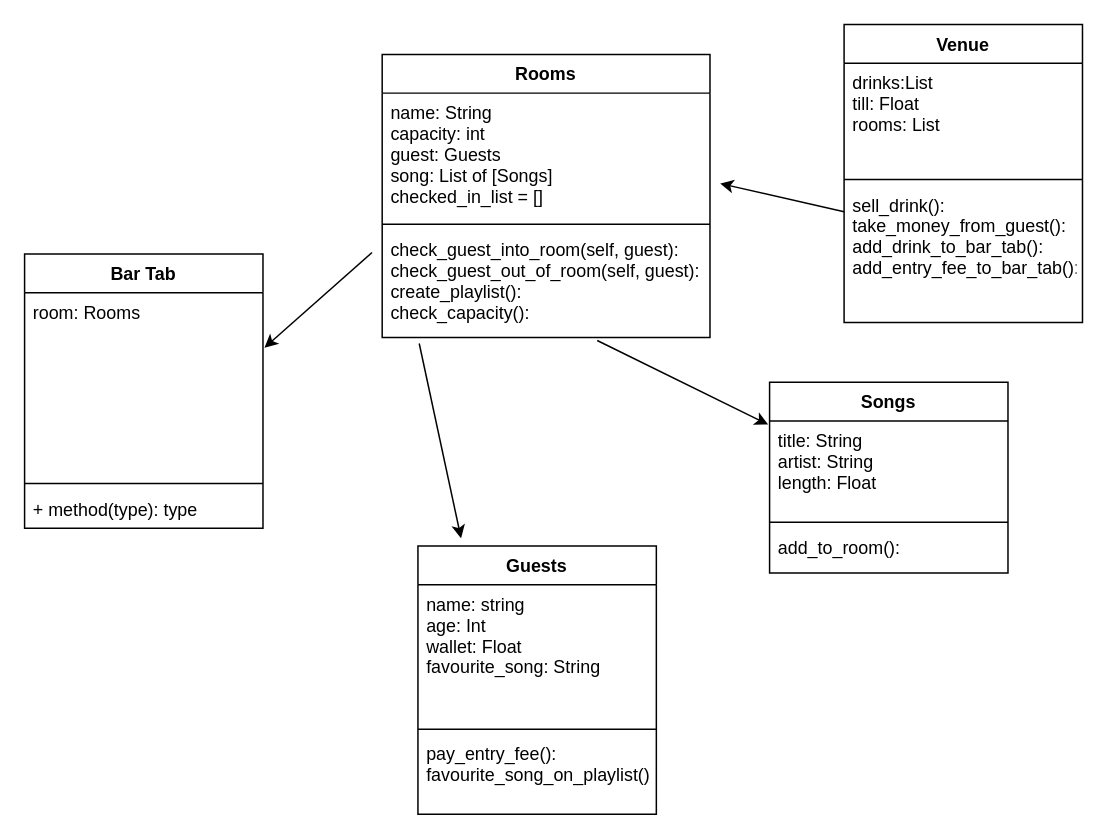
Above: Weekend2_homework.drawio in emmDevs/weekend2_homework (draw.io), before the change. Source tidied: cells renumbered, new cells numbered last; positions are measured from the earlier drawing's top-left corner, leaving out a move shared by most shapes. Both pictures are drawn from the tidied source at 149%, with x=0, y=0 at pixel (24, 24).
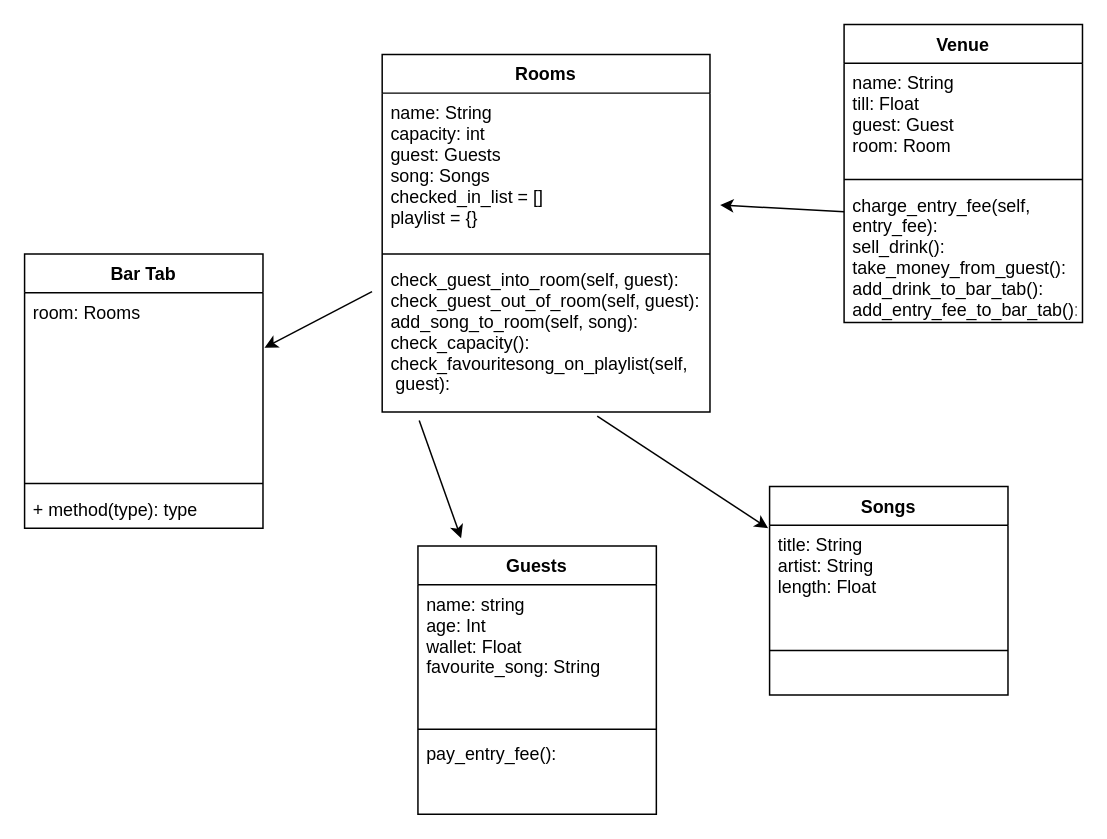
The same page after the edit.

The change refers to these unchanged cells:
```xml
<mxCell id="5" value="Venue" style="swimlane;fontStyle=1;align=center;verticalAlign=top;horizontal=1;startSize=26;" parent="1" vertex="1">
  <mxGeometry x="550" width="160" height="200" as="geometry" />
</mxCell>
<mxCell id="17" value="Guests" style="swimlane;fontStyle=1;align=center;verticalAlign=top;horizontal=1;startSize=26;" parent="1" vertex="1">
  <mxGeometry x="264" y="350" width="160" height="180" as="geometry" />
</mxCell>
```

The edit, as a diff of the source:
```diff
@@
-    <mxCell id="6" value="drinks:List &#10;till: Float&#10;rooms: List" style="text;strokeColor=none;fillColor=none;align=left;verticalAlign=top;spacingLeft=4;spacingRight=4;overflow=hidden;" parent="5" vertex="1">
+    <mxCell id="6" value="name: String&#10;till: Float&#10;guest: Guest&#10;room: Room" style="text;strokeColor=none;fillColor=none;align=left;verticalAlign=top;spacingLeft=4;spacingRight=4;overflow=hidden;" parent="5" vertex="1">
       <mxGeometry y="26" width="160" height="74" as="geometry" />
     </mxCell>
@@
-    <mxCell id="8" value="sell_drink():&#10;take_money_from_guest():&#10;add_drink_to_bar_tab():&#10;add_entry_fee_to_bar_tab():" style="text;strokeColor=none;fillColor=none;align=left;verticalAlign=top;spacingLeft=4;spacingRight=4;overflow=hidden;points=[[0,0.5],[1,0.5]];portConstraint=eastwest;" parent="5" vertex="1">
+    <mxCell id="8" value="charge_entry_fee(self, &#10;entry_fee):&#10;sell_drink():&#10;take_money_from_guest():&#10;add_drink_to_bar_tab():&#10;add_entry_fee_to_bar_tab():" style="text;strokeColor=none;fillColor=none;align=left;verticalAlign=top;spacingLeft=4;spacingRight=4;overflow=hidden;points=[[0,0.5],[1,0.5]];portConstraint=eastwest;" parent="5" vertex="1">
       <mxGeometry y="108" width="160" height="92" as="geometry" />
     </mxCell>
     <mxCell id="9" value="Rooms" style="swimlane;fontStyle=1;align=center;verticalAlign=top;horizontal=1;startSize=26;" parent="1" vertex="1">
-      <mxGeometry x="240" y="20" width="220" height="190" as="geometry" />
+      <mxGeometry x="240" y="20" width="220" height="240" as="geometry" />
     </mxCell>
-    <mxCell id="10" value="name: String&#10;capacity: int&#10;guest: Guests&#10;song: List of [Songs]&#10;checked_in_list = []" style="text;strokeColor=none;fillColor=none;align=left;verticalAlign=top;spacingLeft=4;spacingRight=4;overflow=hidden;points=[[0,0.5],[1,0.5]];portConstraint=eastwest;" parent="9" vertex="1">
-      <mxGeometry y="26" width="220" height="84" as="geometry" />
+    <mxCell id="10" value="name: String&#10;capacity: int&#10;guest: Guests&#10;song: Songs&#10;checked_in_list = []&#10;playlist = {}" style="text;strokeColor=none;fillColor=none;align=left;verticalAlign=top;spacingLeft=4;spacingRight=4;overflow=hidden;points=[[0,0.5],[1,0.5]];portConstraint=eastwest;" parent="9" vertex="1">
+      <mxGeometry y="26" width="220" height="104" as="geometry" />
     </mxCell>
     <mxCell id="11" style="line;strokeWidth=1;fillColor=none;align=left;verticalAlign=middle;spacingTop=-1;spacingLeft=3;spacingRight=3;labelPosition=right;" parent="9" vertex="1">
-      <mxGeometry y="110" width="220" height="8" as="geometry" />
+      <mxGeometry y="130" width="220" height="8" as="geometry" />
     </mxCell>
-    <mxCell id="12" value="check_guest_into_room(self, guest):&#10;check_guest_out_of_room(self, guest):&#10;create_playlist():&#10;check_capacity():&#10;" style="text;strokeColor=none;fillColor=none;align=left;verticalAlign=top;spacingLeft=4;spacingRight=4;overflow=hidden;points=[[0,0.5],[1,0.5]];portConstraint=eastwest;" parent="9" vertex="1">
-      <mxGeometry y="118" width="220" height="72" as="geometry" />
+    <mxCell id="12" value="check_guest_into_room(self, guest):&#10;check_guest_out_of_room(self, guest):&#10;add_song_to_room(self, song):&#10;check_capacity():&#10;check_favouritesong_on_playlist(self,&#10; guest):" style="text;strokeColor=none;fillColor=none;align=left;verticalAlign=top;spacingLeft=4;spacingRight=4;overflow=hidden;points=[[0,0.5],[1,0.5]];portConstraint=eastwest;" parent="9" vertex="1">
+      <mxGeometry y="138" width="220" height="102" as="geometry" />
     </mxCell>
-    <mxCell id="13" value="Songs" style="swimlane;fontStyle=1;align=center;verticalAlign=top;horizontal=1;startSize=26;" parent="1" vertex="1">
-      <mxGeometry x="500" y="240" width="160" height="128" as="geometry" />
-    </mxCell>
-    <mxCell id="14" value="title: String&#10;artist: String&#10;length: Float" style="text;strokeColor=none;fillColor=none;align=left;verticalAlign=top;spacingLeft=4;spacingRight=4;overflow=hidden;points=[[0,0.5],[1,0.5]];portConstraint=eastwest;" parent="13" vertex="1">
-      <mxGeometry y="26" width="160" height="64" as="geometry" />
-    </mxCell>
-    <mxCell id="15" style="line;strokeWidth=1;fillColor=none;align=left;verticalAlign=middle;spacingTop=-1;spacingLeft=3;spacingRight=3;labelPosition=right;" parent="13" vertex="1">
-      <mxGeometry y="90" width="160" height="8" as="geometry" />
-    </mxCell>
-    <mxCell id="16" value="add_to_room():" style="text;strokeColor=none;fillColor=none;align=left;verticalAlign=top;spacingLeft=4;spacingRight=4;overflow=hidden;" parent="13" vertex="1">
-      <mxGeometry y="98" width="160" height="30" as="geometry" />
-    </mxCell>
@@
-    <mxCell id="20" value="pay_entry_fee():&#10;favourite_song_on_playlist():" style="text;strokeColor=none;fillColor=none;align=left;verticalAlign=top;spacingLeft=4;spacingRight=4;overflow=hidden;" parent="17" vertex="1">
+    <mxCell id="20" value="pay_entry_fee():&#10;" style="text;strokeColor=none;fillColor=none;align=left;verticalAlign=top;spacingLeft=4;spacingRight=4;overflow=hidden;" parent="17" vertex="1">
       <mxGeometry y="126" width="160" height="54" as="geometry" />
     </mxCell>
@@
+    <mxCell id="13" value="Songs" style="swimlane;fontStyle=1;align=center;verticalAlign=top;horizontal=1;startSize=26;" parent="1" vertex="1">
+      <mxGeometry x="500" y="310" width="160" height="140" as="geometry" />
+    </mxCell>
+    <mxCell id="14" value="title: String&#10;artist: String&#10;length: Float" style="text;strokeColor=none;fillColor=none;align=left;verticalAlign=top;spacingLeft=4;spacingRight=4;overflow=hidden;points=[[0,0.5],[1,0.5]];portConstraint=eastwest;" parent="13" vertex="1">
+      <mxGeometry y="26" width="160" height="54" as="geometry" />
+    </mxCell>
+    <mxCell id="15" style="line;strokeWidth=1;fillColor=none;align=left;verticalAlign=middle;spacingTop=-1;spacingLeft=3;spacingRight=3;labelPosition=right;" parent="13" vertex="1">
+      <mxGeometry y="80" width="160" height="60" as="geometry" />
+    </mxCell>
```
